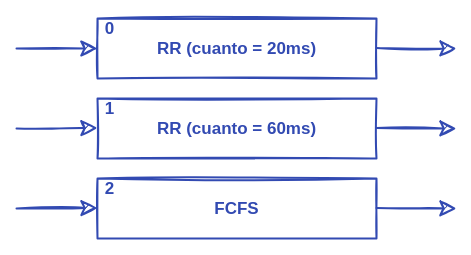
Before: content/media/C14-planificación_de_CPU/planificación_colas_multinivel.drawio in ull-esit-sistemas-operativos/ssoo-apuntes, a draw.io diagram. Source tidied: cells renumbered, new cells numbered last; positions are measured from the earlier drawing's top-left corner, leaving out a move shared by most shapes. Both pictures are drawn from the tidied source at 100%, with x=0, y=0 at pixel (16, 18).
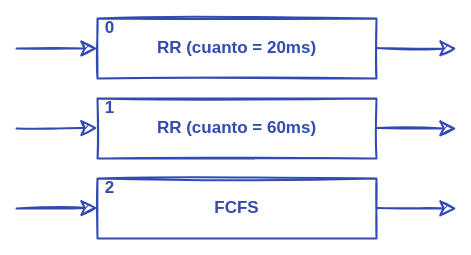
After the change.

What changed in the source:
```diff
@@
 <mxGraphModel>
   <root>
     <mxCell id="0" />
     <mxCell id="1" parent="0" />
-    <mxCell id="2" value="RR (cuanto = 20ms)" style="rounded=0;shadow=0;sketch=1;strokeWidth=2;fillColor=none;fontFamily=Ink Free;fontSize=17;spacing=20;fontStyle=1;strokeColor=#324AB2;fontColor=#324AB2;spacingBottom=4;" parent="1" vertex="1">
+    <mxCell id="2" value="RR (cuanto = 20ms)" style="rounded=0;shadow=0;sketch=1;strokeWidth=2;fillColor=none;fontFamily=Ink Free;fontSize=17;spacing=20;fontStyle=1;strokeColor=#324AB2;fontColor=#324AB2;spacingBottom=5;" parent="1" vertex="1">
       <mxGeometry x="81" width="279" height="60" as="geometry" />
     </mxCell>
-    <mxCell id="3" value="RR (cuanto = 60ms)" style="rounded=0;shadow=0;sketch=1;strokeWidth=2;fillColor=none;fontFamily=Ink Free;fontSize=17;spacing=20;fontStyle=1;strokeColor=#324AB2;fontColor=#324AB2;spacingBottom=4;" parent="1" vertex="1">
+    <mxCell id="3" value="RR (cuanto = 60ms)" style="rounded=0;shadow=0;sketch=1;strokeWidth=2;fillColor=none;fontFamily=Ink Free;fontSize=17;spacing=20;fontStyle=1;strokeColor=#324AB2;fontColor=#324AB2;spacingBottom=5;" parent="1" vertex="1">
       <mxGeometry x="81" y="80" width="279" height="60" as="geometry" />
     </mxCell>
-    <mxCell id="4" value="FCFS" style="rounded=0;shadow=0;sketch=1;strokeWidth=2;fillColor=none;fontFamily=Ink Free;fontSize=17;spacing=20;fontStyle=1;strokeColor=#324AB2;fontColor=#324AB2;spacingBottom=4;" parent="1" vertex="1">
+    <mxCell id="4" value="FCFS" style="rounded=0;shadow=0;sketch=1;strokeWidth=2;fillColor=none;fontFamily=Ink Free;fontSize=17;spacing=20;fontStyle=1;strokeColor=#324AB2;fontColor=#324AB2;spacingBottom=5;" parent="1" vertex="1">
       <mxGeometry x="81" y="160" width="279" height="60" as="geometry" />
     </mxCell>
-    <mxCell id="5" value="0" style="text;fillColor=none;align=center;verticalAlign=middle;rounded=0;shadow=0;sketch=1;fontFamily=Ink Free;fontSize=17;fontStyle=1;spacingRight=0;fontColor=#324AB2;spacingBottom=4;" parent="1" vertex="1">
+    <mxCell id="5" value="0" style="text;fillColor=none;align=center;verticalAlign=middle;rounded=0;shadow=0;sketch=1;fontFamily=Ink Free;fontSize=17;fontStyle=1;spacingRight=0;fontColor=#324AB2;spacingBottom=5;" parent="1" vertex="1">
       <mxGeometry x="81" width="25" height="20" as="geometry" />
     </mxCell>
-    <mxCell id="6" value="1" style="text;fillColor=none;align=center;verticalAlign=middle;rounded=0;shadow=0;sketch=1;fontFamily=Ink Free;fontSize=17;fontStyle=1;spacingRight=0;fontColor=#324AB2;spacingBottom=4;" parent="1" vertex="1">
+    <mxCell id="6" value="1" style="text;fillColor=none;align=center;verticalAlign=middle;rounded=0;shadow=0;sketch=1;fontFamily=Ink Free;fontSize=17;fontStyle=1;spacingRight=0;fontColor=#324AB2;spacingBottom=5;" parent="1" vertex="1">
       <mxGeometry x="81" y="80" width="25" height="20" as="geometry" />
     </mxCell>
-    <mxCell id="7" value="2" style="text;fillColor=none;align=center;verticalAlign=middle;rounded=0;shadow=0;sketch=1;fontFamily=Ink Free;fontSize=17;fontStyle=1;spacingRight=0;fontColor=#324AB2;spacingBottom=4;" parent="1" vertex="1">
+    <mxCell id="7" value="2" style="text;fillColor=none;align=center;verticalAlign=middle;rounded=0;shadow=0;sketch=1;fontFamily=Ink Free;fontSize=17;fontStyle=1;spacingRight=0;fontColor=#324AB2;spacingBottom=5;" parent="1" vertex="1">
       <mxGeometry x="81" y="160" width="25" height="20" as="geometry" />
     </mxCell>
-    <mxCell id="8" style="endArrow=none;strokeWidth=2;fontFamily=Ink Free;fontSize=17;sketch=1;endSize=12;rounded=0;endFill=0;startSize=12;startArrow=classic;startFill=1;exitX=0;exitY=0.5;exitDx=0;exitDy=0;strokeColor=#324AB2;fontColor=#324AB2;spacingBottom=4;" parent="1" edge="1" source="2">
+    <mxCell id="8" style="endArrow=none;strokeWidth=2;fontFamily=Ink Free;fontSize=17;sketch=1;endSize=12;rounded=0;endFill=0;startSize=12;startArrow=classic;startFill=1;exitX=0;exitY=0.5;exitDx=0;exitDy=0;strokeColor=#324AB2;fontColor=#324AB2;spacingBottom=5;fontStyle=1;" parent="1" edge="1" source="2">
       <mxGeometry relative="1" as="geometry">
         <mxPoint y="30" as="targetPoint" />
       </mxGeometry>
     </mxCell>
-    <mxCell id="9" style="endArrow=none;strokeWidth=2;fontFamily=Ink Free;fontSize=17;sketch=1;endSize=12;rounded=0;endFill=0;startSize=12;startArrow=classic;startFill=1;exitX=0;exitY=0.5;exitDx=0;exitDy=0;strokeColor=#324AB2;fontColor=#324AB2;spacingBottom=4;" parent="1" edge="1">
+    <mxCell id="9" style="endArrow=none;strokeWidth=2;fontFamily=Ink Free;fontSize=17;sketch=1;endSize=12;rounded=0;endFill=0;startSize=12;startArrow=classic;startFill=1;exitX=0;exitY=0.5;exitDx=0;exitDy=0;strokeColor=#324AB2;fontColor=#324AB2;spacingBottom=5;fontStyle=1;" parent="1" edge="1">
       <mxGeometry relative="1" as="geometry">
         <mxPoint x="81" y="109.5" as="sourcePoint" />
         <mxPoint y="110" as="targetPoint" />
       </mxGeometry>
     </mxCell>
-    <mxCell id="10" style="endArrow=none;strokeWidth=2;fontFamily=Ink Free;fontSize=17;sketch=1;endSize=12;rounded=0;endFill=0;startSize=12;startArrow=classic;startFill=1;exitX=0;exitY=0.5;exitDx=0;exitDy=0;strokeColor=#324AB2;fontColor=#324AB2;spacingBottom=4;" parent="1" edge="1">
+    <mxCell id="10" style="endArrow=none;strokeWidth=2;fontFamily=Ink Free;fontSize=17;sketch=1;endSize=12;rounded=0;endFill=0;startSize=12;startArrow=classic;startFill=1;exitX=0;exitY=0.5;exitDx=0;exitDy=0;strokeColor=#324AB2;fontColor=#324AB2;spacingBottom=5;fontStyle=1;" parent="1" edge="1">
       <mxGeometry relative="1" as="geometry">
         <mxPoint x="81" y="189.5" as="sourcePoint" />
         <mxPoint y="190" as="targetPoint" />
       </mxGeometry>
     </mxCell>
-    <mxCell id="11" style="endArrow=none;strokeWidth=2;fontFamily=Ink Free;fontSize=17;sketch=1;endSize=12;rounded=0;endFill=0;startSize=12;startArrow=classic;startFill=1;strokeColor=#324AB2;fontColor=#324AB2;spacingBottom=4;" parent="1" edge="1">
+    <mxCell id="11" style="endArrow=none;strokeWidth=2;fontFamily=Ink Free;fontSize=17;sketch=1;endSize=12;rounded=0;endFill=0;startSize=12;startArrow=classic;startFill=1;strokeColor=#324AB2;fontColor=#324AB2;spacingBottom=5;fontStyle=1;" parent="1" edge="1">
       <mxGeometry relative="1" as="geometry">
         <mxPoint x="440" y="30" as="sourcePoint" />
         <mxPoint x="360" y="29.5" as="targetPoint" />
       </mxGeometry>
     </mxCell>
-    <mxCell id="12" style="endArrow=none;strokeWidth=2;fontFamily=Ink Free;fontSize=17;sketch=1;endSize=12;rounded=0;endFill=0;startSize=12;startArrow=classic;startFill=1;strokeColor=#324AB2;fontColor=#324AB2;spacingBottom=4;" parent="1" edge="1">
+    <mxCell id="12" style="endArrow=none;strokeWidth=2;fontFamily=Ink Free;fontSize=17;sketch=1;endSize=12;rounded=0;endFill=0;startSize=12;startArrow=classic;startFill=1;strokeColor=#324AB2;fontColor=#324AB2;spacingBottom=5;fontStyle=1;" parent="1" edge="1">
       <mxGeometry relative="1" as="geometry">
         <mxPoint x="440" y="110" as="sourcePoint" />
         <mxPoint x="360" y="109.5" as="targetPoint" />
       </mxGeometry>
     </mxCell>
-    <mxCell id="13" style="endArrow=none;strokeWidth=2;fontFamily=Ink Free;fontSize=17;sketch=1;endSize=12;rounded=0;endFill=0;startSize=12;startArrow=classic;startFill=1;strokeColor=#324AB2;fontColor=#324AB2;spacingBottom=4;" parent="1" edge="1">
+    <mxCell id="13" style="endArrow=none;strokeWidth=2;fontFamily=Ink Free;fontSize=17;sketch=1;endSize=12;rounded=0;endFill=0;startSize=12;startArrow=classic;startFill=1;strokeColor=#324AB2;fontColor=#324AB2;spacingBottom=5;fontStyle=1;" parent="1" edge="1">
       <mxGeometry relative="1" as="geometry">
         <mxPoint x="440" y="190" as="sourcePoint" />
         <mxPoint x="360" y="189.5" as="targetPoint" />
       </mxGeometry>
     </mxCell>
   </root>
 </mxGraphModel>
```
